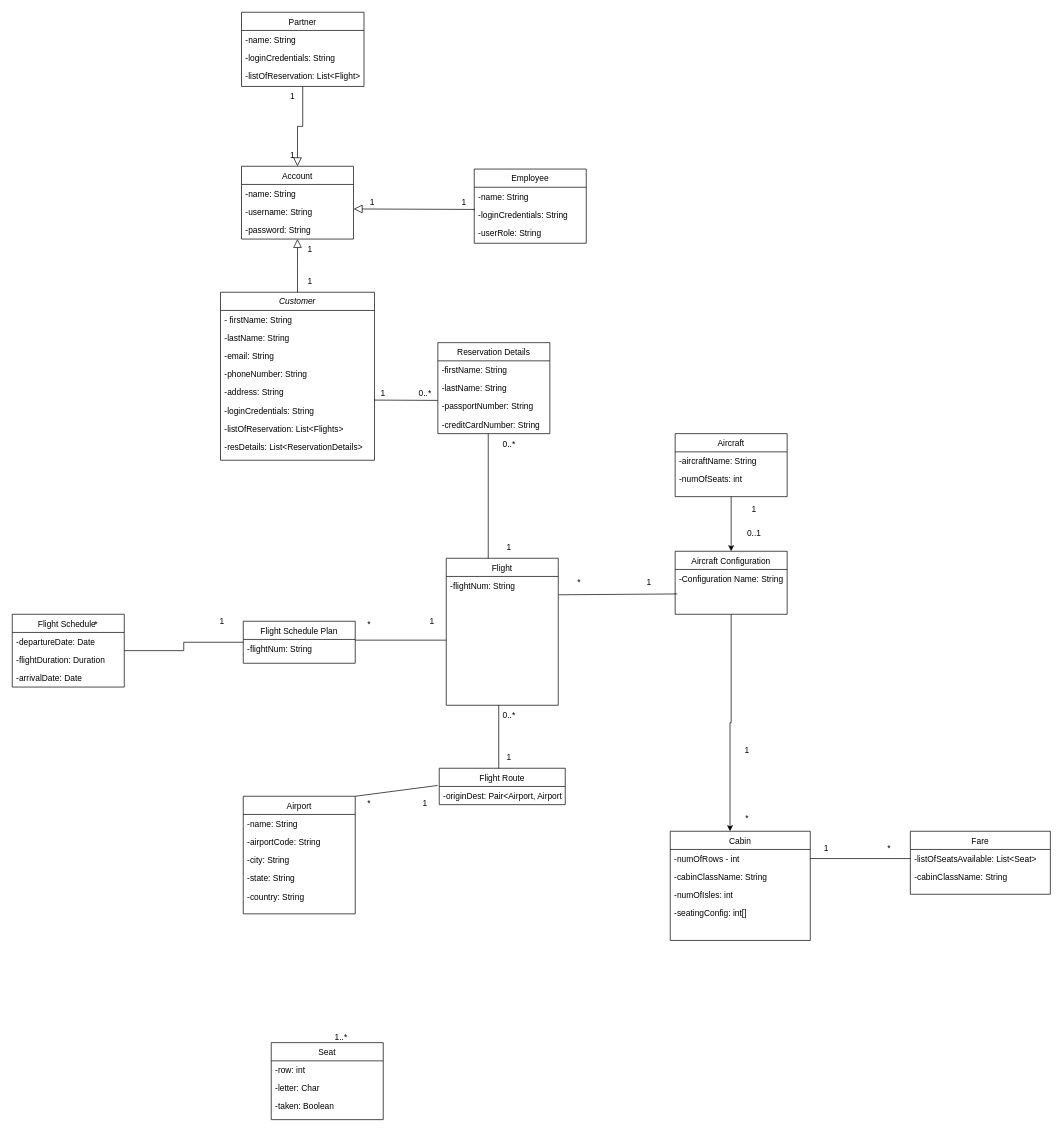
This is Untitled Diagram.drawio from glennquah/Flight-Enterprise-System, a draw.io file, before an edit. Source tidied: cells renumbered, new cells numbered last; positions are measured from the earlier drawing's top-left corner, leaving out a move shared by most shapes. Both pictures are drawn from the tidied source at 70%, with x=0, y=0 at pixel (12, 12).
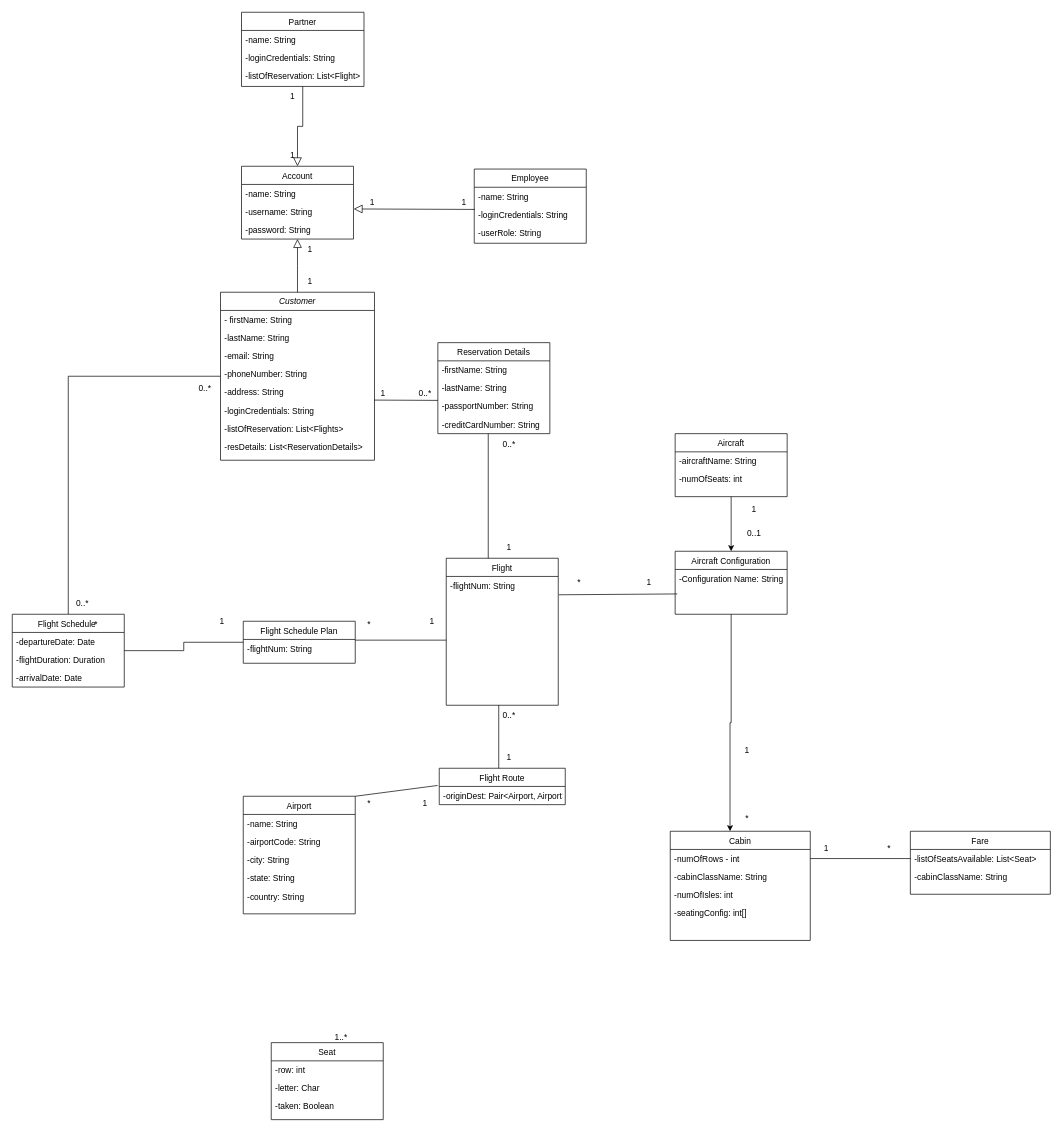
After the change.

The change refers to these unchanged cells:
```xml
<mxCell id="2" value="Customer&#10;" style="swimlane;fontStyle=2;align=center;verticalAlign=top;horizontal=1;startSize=26;rounded=0;shadow=0;strokeWidth=1;" parent="1" vertex="1">
  <mxGeometry x="297.5" y="400" width="220" height="240" as="geometry" />
</mxCell>
<mxCell id="81" value="Flight Schedule " style="swimlane;fontStyle=0;align=center;verticalAlign=top;horizontal=1;startSize=26;rounded=0;shadow=0;strokeWidth=1;" parent="1" vertex="1">
  <mxGeometry y="860" width="160" height="104" as="geometry" />
</mxCell>
```

Diff of the diagram source:
```diff
@@
+    <mxCell id="101" style="edgeStyle=orthogonalEdgeStyle;rounded=0;jettySize=auto;html=1;entryX=0.5;entryY=0;entryDx=0;entryDy=0;endArrow=none;endFill=0;" parent="1" edge="1" source="2" target="81">
+      <mxGeometry relative="1" as="geometry" />
+    </mxCell>
@@
+    <mxCell id="102" value="0..*" style="text;html=1;align=center;verticalAlign=middle;strokeColor=none;fillColor=none;" parent="1" vertex="1">
+      <mxGeometry x="255" y="522" width="40" height="30" as="geometry" />
+    </mxCell>
+    <mxCell id="103" value="0..*" style="text;html=1;align=center;verticalAlign=middle;strokeColor=none;fillColor=none;" parent="1" vertex="1">
+      <mxGeometry x="80" y="830" width="40" height="30" as="geometry" />
+    </mxCell>
```
